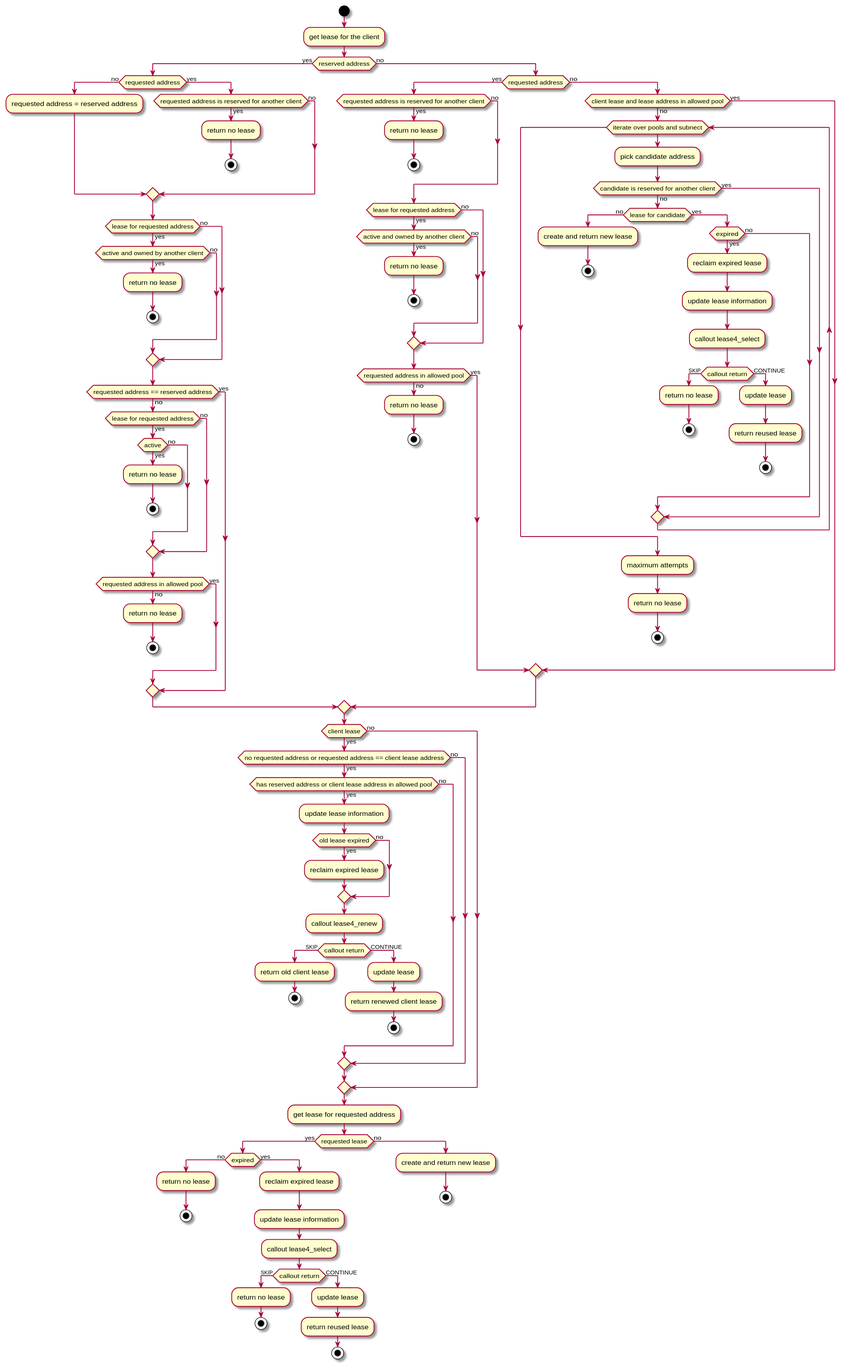
Earlier version of the PlantUML export doc/devel/images/requestLease4.svg (isc-projects/kea). The source it was exported from:
```plantuml
@startuml

start
:get lease for the client;

if (reserved address) then (yes)
  if (requested address) then (no)
    :requested address = reserved address;
  else (yes)
    if (requested address is reserved for another client) then (yes)
      :return no lease;
      stop
    else (no)
    endif
  endif
  if (lease for requested address) then (yes)
    if (active and owned by another client) then (yes)
      :return no lease;
      stop
    else (no)
    endif
  else (no)
  endif
  if (requested address == reserved address) then (no)
    if (lease for requested address) then (yes)
      if (active) then (yes)
        :return no lease;
        stop
      else (no)
      endif
    else (no)
    endif
    if (requested address in allowed pool) then (no)
      :return no lease;
      stop
    else (yes)
    endif
  else (yes)
  endif

else (no)

  if (requested address) then (yes)
    if (requested address is reserved for another client) then (yes)
      :return no lease;
      stop
    else (no)
    endif
    if (lease for requested address) then (yes)
      if (active and owned by another client) then (yes)
        :return no lease;
        stop
      else (no)
      endif
    else (no)
    endif
    if (requested address in allowed pool) then (no)
      :return no lease;
      stop
    else (yes)
    endif
  else (no)
    if (client lease and lease address in allowed pool) then (no)
      while (iterate over pools and subnect)
        :pick candidate address;
        if (candidate is reserved for another client) then (no)
          if (lease for candidate) then (no)
            :create and return new lease;
            stop
          else (yes)
            if (expired) then (yes)
              :reclaim expired lease;
              :update lease information;
              :callout lease4_select;
              if (callout return) then (SKIP)
                :return no lease;
                stop
              else (CONTINUE)
                :update lease;
                :return reused lease;
                stop
              endif
            else (no)
            endif
          endif
        else (yes)
        endif
      endwhile
      :maximum attempts;
      :return no lease;
      stop
    else (yes)
    endif
  endif
endif

if (client lease) then (yes)
  if (no requested address or requested address == client lease address) then (yes)
    if (has reserved address or client lease address in allowed pool) then (yes)
      :update lease information;
      if (old lease expired) then (yes)
        :reclaim expired lease;
      else (no)
      endif
      :callout lease4_renew;
      if (callout return) then (SKIP)
        :return old client lease;
        stop
      else (CONTINUE)
        :update lease;
        :return renewed client lease;
        stop
      endif
    else (no)
    endif
  else (no)
  endif
else (no)
endif

:get lease for requested address;
if (requested lease) then (yes)
  if (expired) then (no)
    :return no lease;
    stop
  else (yes)
    :reclaim expired lease;
    :update lease information;
    :callout lease4_select;
    if (callout return) then (SKIP)
      :return no lease;
      stop
    else (CONTINUE)
      :update lease;
      :return reused lease;
      stop
    endif
  endif
else (no)
 :create and return new lease;
 stop
endif

@enduml
```
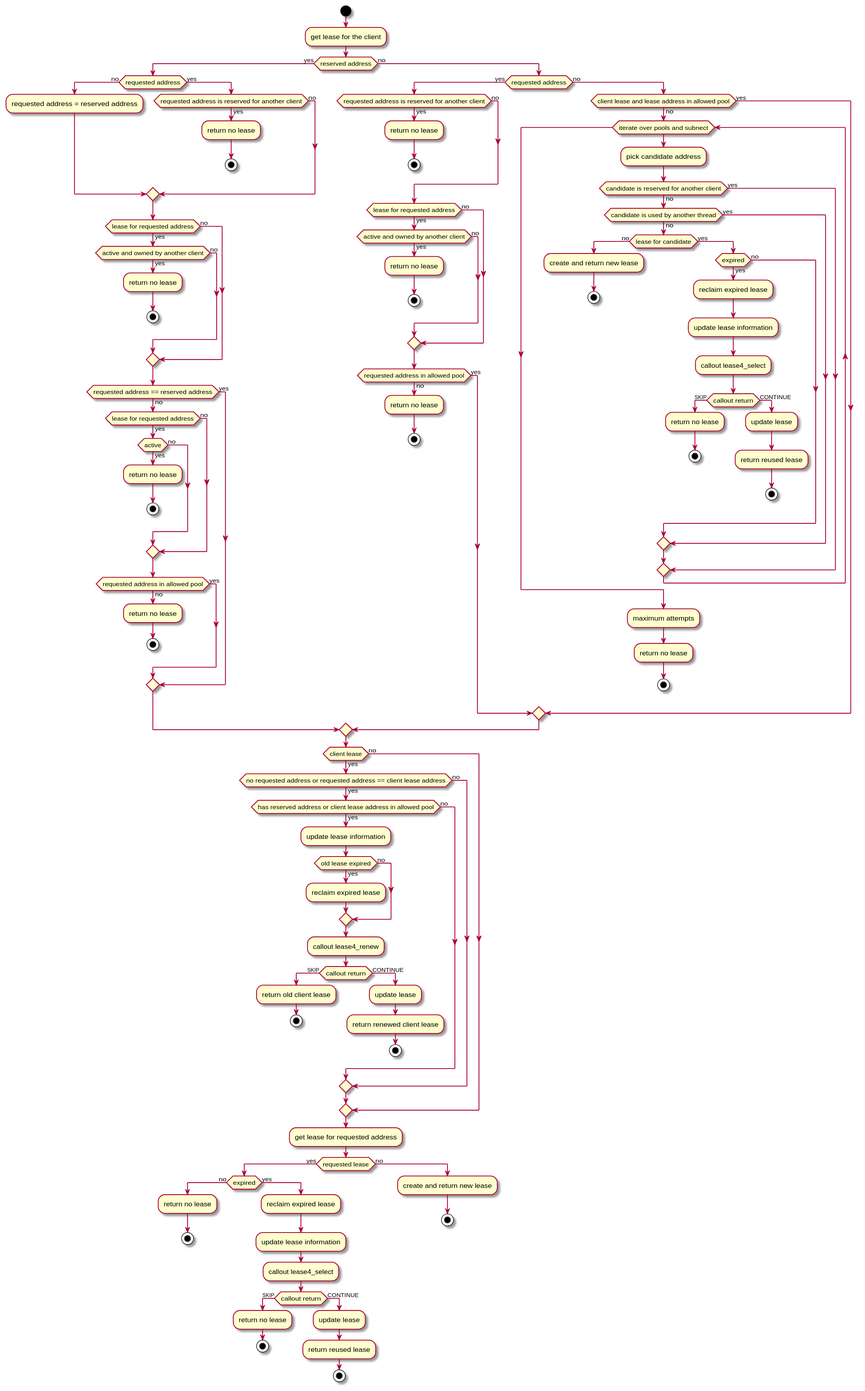
Above is the later version.

Diff of the diagram source:
```diff
@@ -64,24 +64,27 @@
       while (iterate over pools and subnect)
         :pick candidate address;
         if (candidate is reserved for another client) then (no)
-          if (lease for candidate) then (no)
-            :create and return new lease;
-            stop
+          if (candidate is used by another thread) then (no)
+            if (lease for candidate) then (no)
+              :create and return new lease;
+              stop
+            else (yes)
+              if (expired) then (yes)
+                :reclaim expired lease;
+                :update lease information;
+                :callout lease4_select;
+                if (callout return) then (SKIP)
+                  :return no lease;
+                  stop
+                else (CONTINUE)
+                  :update lease;
+                  :return reused lease;
+                  stop
+                endif
+              else (no)
+              endif
+            endif
           else (yes)
-            if (expired) then (yes)
-              :reclaim expired lease;
-              :update lease information;
-              :callout lease4_select;
-              if (callout return) then (SKIP)
-                :return no lease;
-                stop
-              else (CONTINUE)
-                :update lease;
-                :return reused lease;
-                stop
-              endif
-            else (no)
-            endif
           endif
         else (yes)
         endif
```
